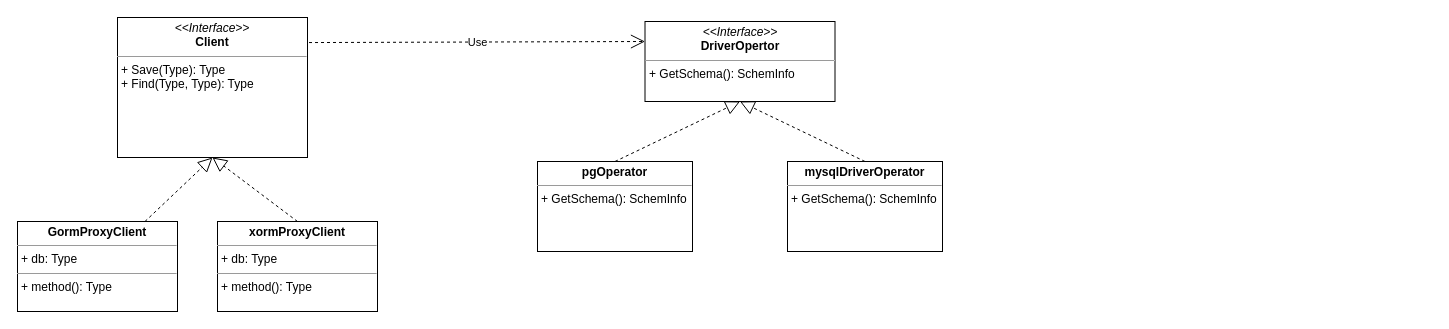
Before: page "orm-design" (9 of 9) of data_manager/data_manage.drawio in caijiatao/go-lib, a draw.io diagram. Source tidied: cells renumbered, new cells numbered last; positions are measured from the earlier drawing's top-left corner, leaving out a move shared by most shapes. Both pictures are drawn from the tidied source at 100%, with x=0, y=0 at pixel (17, 17).
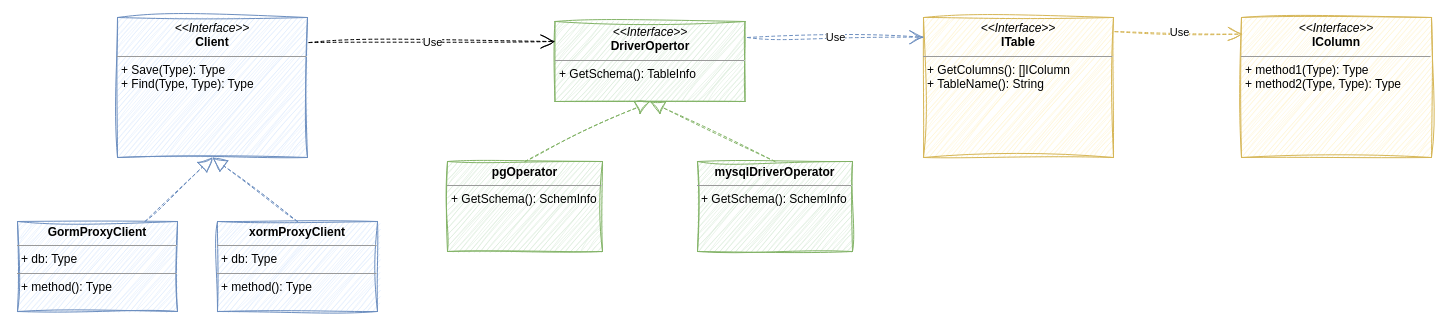
Above is the later version.

Commit message:
feat: ORM client

The edit, as a diff of the source:
```diff
@@
 <mxGraphModel>
   <root>
     <mxCell id="0" />
     <mxCell id="1" parent="0" />
-    <mxCell id="2" value="&lt;p style=&quot;margin:0px;margin-top:4px;text-align:center;&quot;&gt;&lt;i&gt;&amp;lt;&amp;lt;Interface&amp;gt;&amp;gt;&lt;/i&gt;&lt;br&gt;&lt;b&gt;Client&lt;/b&gt;&lt;/p&gt;&lt;hr size=&quot;1&quot;&gt;&lt;p style=&quot;margin:0px;margin-left:4px;&quot;&gt;+ Save(Type): Type&lt;br&gt;+ Find(Type, Type): Type&lt;/p&gt;" style="verticalAlign=top;align=left;overflow=fill;fontSize=12;fontFamily=Helvetica;html=1;whiteSpace=wrap;" parent="1" vertex="1">
+    <mxCell id="2" value="&lt;p style=&quot;margin:0px;margin-top:4px;text-align:center;&quot;&gt;&lt;i&gt;&amp;lt;&amp;lt;Interface&amp;gt;&amp;gt;&lt;/i&gt;&lt;br&gt;&lt;b&gt;Client&lt;/b&gt;&lt;/p&gt;&lt;hr size=&quot;1&quot;&gt;&lt;p style=&quot;margin:0px;margin-left:4px;&quot;&gt;+ Save(Type): Type&lt;br&gt;+ Find(Type, Type): Type&lt;/p&gt;" style="verticalAlign=top;align=left;overflow=fill;fontSize=12;fontFamily=Helvetica;html=1;whiteSpace=wrap;fillColor=#dae8fc;strokeColor=#6c8ebf;sketch=1;curveFitting=1;jiggle=2;" parent="1" vertex="1">
       <mxGeometry x="100" width="190" height="140" as="geometry" />
     </mxCell>
-    <mxCell id="3" value="&lt;p style=&quot;margin:0px;margin-top:4px;text-align:center;&quot;&gt;&lt;b&gt;GormProxyClient&lt;/b&gt;&lt;/p&gt;&lt;hr size=&quot;1&quot;&gt;&lt;p style=&quot;margin:0px;margin-left:4px;&quot;&gt;+ db: Type&lt;/p&gt;&lt;hr size=&quot;1&quot;&gt;&lt;p style=&quot;margin:0px;margin-left:4px;&quot;&gt;+ method(): Type&lt;/p&gt;" style="verticalAlign=top;align=left;overflow=fill;fontSize=12;fontFamily=Helvetica;html=1;whiteSpace=wrap;" parent="1" vertex="1">
+    <mxCell id="3" value="&lt;p style=&quot;margin:0px;margin-top:4px;text-align:center;&quot;&gt;&lt;b&gt;GormProxyClient&lt;/b&gt;&lt;/p&gt;&lt;hr size=&quot;1&quot;&gt;&lt;p style=&quot;margin:0px;margin-left:4px;&quot;&gt;+ db: Type&lt;/p&gt;&lt;hr size=&quot;1&quot;&gt;&lt;p style=&quot;margin:0px;margin-left:4px;&quot;&gt;+ method(): Type&lt;/p&gt;" style="verticalAlign=top;align=left;overflow=fill;fontSize=12;fontFamily=Helvetica;html=1;whiteSpace=wrap;fillColor=#dae8fc;strokeColor=#6c8ebf;sketch=1;curveFitting=1;jiggle=2;" parent="1" vertex="1">
       <mxGeometry y="204" width="160" height="90" as="geometry" />
     </mxCell>
-    <mxCell id="4" value="&lt;p style=&quot;margin:0px;margin-top:4px;text-align:center;&quot;&gt;&lt;i&gt;&amp;lt;&amp;lt;Interface&amp;gt;&amp;gt;&lt;/i&gt;&lt;br&gt;&lt;b&gt;DriverOpertor&lt;/b&gt;&lt;/p&gt;&lt;hr size=&quot;1&quot;&gt;&lt;p style=&quot;margin:0px;margin-left:4px;&quot;&gt;&lt;span style=&quot;background-color: initial;&quot;&gt;+ GetSchema(): SchemInfo&lt;/span&gt;&lt;br&gt;&lt;/p&gt;" style="verticalAlign=top;align=left;overflow=fill;fontSize=12;fontFamily=Helvetica;html=1;whiteSpace=wrap;" parent="1" vertex="1">
-      <mxGeometry x="627.5" y="4" width="190" height="80" as="geometry" />
+    <mxCell id="4" value="&lt;p style=&quot;margin:0px;margin-top:4px;text-align:center;&quot;&gt;&lt;i&gt;&amp;lt;&amp;lt;Interface&amp;gt;&amp;gt;&lt;/i&gt;&lt;br&gt;&lt;b&gt;DriverOpertor&lt;/b&gt;&lt;/p&gt;&lt;hr size=&quot;1&quot;&gt;&lt;p style=&quot;margin:0px;margin-left:4px;&quot;&gt;&lt;span style=&quot;background-color: initial;&quot;&gt;+ GetSchema(): TableInfo&lt;/span&gt;&lt;br&gt;&lt;/p&gt;" style="verticalAlign=top;align=left;overflow=fill;fontSize=12;fontFamily=Helvetica;html=1;whiteSpace=wrap;sketch=1;curveFitting=1;jiggle=2;fillColor=#d5e8d4;strokeColor=#82b366;" parent="1" vertex="1">
+      <mxGeometry x="537.5" y="4" width="190" height="80" as="geometry" />
     </mxCell>
-    <mxCell id="5" value="&lt;p style=&quot;margin:0px;margin-top:4px;text-align:center;&quot;&gt;&lt;b&gt;pgOperator&lt;/b&gt;&lt;/p&gt;&lt;hr size=&quot;1&quot;&gt;&lt;p style=&quot;border-color: var(--border-color); margin: 0px 0px 0px 4px;&quot;&gt;&lt;span style=&quot;background-color: initial;&quot;&gt;+ GetSchema(): SchemInfo&lt;/span&gt;&lt;br&gt;&lt;/p&gt;&lt;p style=&quot;margin:0px;margin-left:4px;&quot;&gt;&lt;br&gt;&lt;/p&gt;" style="verticalAlign=top;align=left;overflow=fill;fontSize=12;fontFamily=Helvetica;html=1;whiteSpace=wrap;" parent="1" vertex="1">
-      <mxGeometry x="520" y="144" width="155" height="90" as="geometry" />
+    <mxCell id="5" value="&lt;p style=&quot;margin:0px;margin-top:4px;text-align:center;&quot;&gt;&lt;b&gt;pgOperator&lt;/b&gt;&lt;/p&gt;&lt;hr size=&quot;1&quot;&gt;&lt;p style=&quot;border-color: var(--border-color); margin: 0px 0px 0px 4px;&quot;&gt;&lt;span style=&quot;background-color: initial;&quot;&gt;+ GetSchema(): SchemInfo&lt;/span&gt;&lt;br&gt;&lt;/p&gt;&lt;p style=&quot;margin:0px;margin-left:4px;&quot;&gt;&lt;br&gt;&lt;/p&gt;" style="verticalAlign=top;align=left;overflow=fill;fontSize=12;fontFamily=Helvetica;html=1;whiteSpace=wrap;sketch=1;curveFitting=1;jiggle=2;fillColor=#d5e8d4;strokeColor=#82b366;" parent="1" vertex="1">
+      <mxGeometry x="430" y="144" width="155" height="90" as="geometry" />
     </mxCell>
-    <mxCell id="6" value="&lt;p style=&quot;margin:0px;margin-top:4px;text-align:center;&quot;&gt;&lt;b&gt;mysqlDriverOperator&lt;/b&gt;&lt;/p&gt;&lt;hr size=&quot;1&quot;&gt;&lt;p style=&quot;border-color: var(--border-color); margin: 0px 0px 0px 4px;&quot;&gt;&lt;span style=&quot;background-color: initial;&quot;&gt;+ GetSchema(): SchemInfo&lt;/span&gt;&lt;br&gt;&lt;/p&gt;&lt;p style=&quot;margin:0px;margin-left:4px;&quot;&gt;&lt;br&gt;&lt;/p&gt;" style="verticalAlign=top;align=left;overflow=fill;fontSize=12;fontFamily=Helvetica;html=1;whiteSpace=wrap;" parent="1" vertex="1">
-      <mxGeometry x="770" y="144" width="155" height="90" as="geometry" />
+    <mxCell id="6" value="&lt;p style=&quot;margin:0px;margin-top:4px;text-align:center;&quot;&gt;&lt;b&gt;mysqlDriverOperator&lt;/b&gt;&lt;/p&gt;&lt;hr size=&quot;1&quot;&gt;&lt;p style=&quot;border-color: var(--border-color); margin: 0px 0px 0px 4px;&quot;&gt;&lt;span style=&quot;background-color: initial;&quot;&gt;+ GetSchema(): SchemInfo&lt;/span&gt;&lt;br&gt;&lt;/p&gt;&lt;p style=&quot;margin:0px;margin-left:4px;&quot;&gt;&lt;br&gt;&lt;/p&gt;" style="verticalAlign=top;align=left;overflow=fill;fontSize=12;fontFamily=Helvetica;html=1;whiteSpace=wrap;sketch=1;curveFitting=1;jiggle=2;fillColor=#d5e8d4;strokeColor=#82b366;" parent="1" vertex="1">
+      <mxGeometry x="680" y="144" width="155" height="90" as="geometry" />
     </mxCell>
-    <mxCell id="7" style="endArrow=block;dashed=1;endFill=0;endSize=12;html=1;rounded=0;entryX=0.5;entryY=1;entryDx=0;entryDy=0;exitX=0.5;exitY=0;exitDx=0;exitDy=0;" parent="1" edge="1" source="5" target="4">
+    <mxCell id="7" style="endArrow=block;dashed=1;endFill=0;endSize=12;html=1;rounded=0;entryX=0.5;entryY=1;entryDx=0;entryDy=0;exitX=0.5;exitY=0;exitDx=0;exitDy=0;sketch=1;curveFitting=1;jiggle=2;fillColor=#d5e8d4;strokeColor=#82b366;" parent="1" edge="1" source="5" target="4">
       <mxGeometry relative="1" as="geometry" />
     </mxCell>
-    <mxCell id="8" style="endArrow=block;dashed=1;endFill=0;endSize=12;html=1;rounded=0;entryX=0.5;entryY=1;entryDx=0;entryDy=0;exitX=0.5;exitY=0;exitDx=0;exitDy=0;" parent="1" edge="1" source="6" target="4">
+    <mxCell id="8" style="endArrow=block;dashed=1;endFill=0;endSize=12;html=1;rounded=0;entryX=0.5;entryY=1;entryDx=0;entryDy=0;exitX=0.5;exitY=0;exitDx=0;exitDy=0;sketch=1;curveFitting=1;jiggle=2;fillColor=#d5e8d4;strokeColor=#82b366;" parent="1" edge="1" source="6" target="4">
       <mxGeometry relative="1" as="geometry" />
     </mxCell>
-    <mxCell id="9" value="Use" style="endArrow=open;endSize=12;dashed=1;html=1;rounded=0;entryX=0;entryY=0.25;entryDx=0;entryDy=0;exitX=1.008;exitY=0.179;exitDx=0;exitDy=0;exitPerimeter=0;" parent="1" edge="1" source="2" target="4">
+    <mxCell id="9" value="Use" style="endArrow=open;endSize=12;dashed=1;html=1;rounded=0;entryX=0;entryY=0.25;entryDx=0;entryDy=0;exitX=1.008;exitY=0.179;exitDx=0;exitDy=0;exitPerimeter=0;sketch=1;curveFitting=1;jiggle=2;" parent="1" edge="1" source="2" target="4">
       <mxGeometry relative="1" as="geometry" />
     </mxCell>
-    <mxCell id="10" style="endArrow=block;dashed=1;endFill=0;endSize=12;html=1;rounded=0;entryX=0.5;entryY=1;entryDx=0;entryDy=0;" parent="1" edge="1" source="3" target="2">
+    <mxCell id="10" style="endArrow=block;dashed=1;endFill=0;endSize=12;html=1;rounded=0;entryX=0.5;entryY=1;entryDx=0;entryDy=0;fillColor=#dae8fc;strokeColor=#6c8ebf;sketch=1;curveFitting=1;jiggle=2;" parent="1" edge="1" source="3" target="2">
       <mxGeometry relative="1" as="geometry" />
     </mxCell>
-    <mxCell id="11" value="&lt;p style=&quot;margin:0px;margin-top:4px;text-align:center;&quot;&gt;&lt;b&gt;xormProxyClient&lt;/b&gt;&lt;/p&gt;&lt;hr size=&quot;1&quot;&gt;&lt;p style=&quot;margin:0px;margin-left:4px;&quot;&gt;+ db: Type&lt;/p&gt;&lt;hr size=&quot;1&quot;&gt;&lt;p style=&quot;margin:0px;margin-left:4px;&quot;&gt;+ method(): Type&lt;/p&gt;" style="verticalAlign=top;align=left;overflow=fill;fontSize=12;fontFamily=Helvetica;html=1;whiteSpace=wrap;" parent="1" vertex="1">
+    <mxCell id="11" value="&lt;p style=&quot;margin:0px;margin-top:4px;text-align:center;&quot;&gt;&lt;b&gt;xormProxyClient&lt;/b&gt;&lt;/p&gt;&lt;hr size=&quot;1&quot;&gt;&lt;p style=&quot;margin:0px;margin-left:4px;&quot;&gt;+ db: Type&lt;/p&gt;&lt;hr size=&quot;1&quot;&gt;&lt;p style=&quot;margin:0px;margin-left:4px;&quot;&gt;+ method(): Type&lt;/p&gt;" style="verticalAlign=top;align=left;overflow=fill;fontSize=12;fontFamily=Helvetica;html=1;whiteSpace=wrap;fillColor=#dae8fc;strokeColor=#6c8ebf;sketch=1;curveFitting=1;jiggle=2;" parent="1" vertex="1">
       <mxGeometry x="200" y="204" width="160" height="90" as="geometry" />
     </mxCell>
-    <mxCell id="12" style="endArrow=block;dashed=1;endFill=0;endSize=12;html=1;rounded=0;exitX=0.5;exitY=0;exitDx=0;exitDy=0;entryX=0.5;entryY=1;entryDx=0;entryDy=0;" parent="1" edge="1" source="11" target="2">
+    <mxCell id="12" style="endArrow=block;dashed=1;endFill=0;endSize=12;html=1;rounded=0;exitX=0.5;exitY=0;exitDx=0;exitDy=0;entryX=0.5;entryY=1;entryDx=0;entryDy=0;fillColor=#dae8fc;strokeColor=#6c8ebf;sketch=1;curveFitting=1;jiggle=2;" parent="1" edge="1" source="11" target="2">
       <mxGeometry relative="1" as="geometry" />
     </mxCell>
+    <mxCell id="13" value="&lt;p style=&quot;margin:0px;margin-top:4px;text-align:center;&quot;&gt;&lt;i&gt;&amp;lt;&amp;lt;Interface&amp;gt;&amp;gt;&lt;/i&gt;&lt;br&gt;&lt;b&gt;ITable&lt;/b&gt;&lt;/p&gt;&lt;hr size=&quot;1&quot;&gt;&lt;p style=&quot;margin:0px;margin-left:4px;&quot;&gt;+ GetColumns(): []IColumn&lt;br&gt;+ TableName(): String&lt;/p&gt;" style="verticalAlign=top;align=left;overflow=fill;fontSize=12;fontFamily=Helvetica;html=1;whiteSpace=wrap;sketch=1;curveFitting=1;jiggle=2;fillColor=#fff2cc;strokeColor=#d6b656;" parent="1" vertex="1">
+      <mxGeometry x="906" width="190" height="140" as="geometry" />
+    </mxCell>
+    <mxCell id="14" value="&lt;p style=&quot;margin:0px;margin-top:4px;text-align:center;&quot;&gt;&lt;i&gt;&amp;lt;&amp;lt;Interface&amp;gt;&amp;gt;&lt;/i&gt;&lt;br&gt;&lt;b&gt;IColumn&lt;/b&gt;&lt;/p&gt;&lt;hr size=&quot;1&quot;&gt;&lt;p style=&quot;margin:0px;margin-left:4px;&quot;&gt;+ method1(Type): Type&lt;br&gt;+ method2(Type, Type): Type&lt;/p&gt;" style="verticalAlign=top;align=left;overflow=fill;fontSize=12;fontFamily=Helvetica;html=1;whiteSpace=wrap;sketch=1;curveFitting=1;jiggle=2;fillColor=#fff2cc;strokeColor=#d6b656;" parent="1" vertex="1">
+      <mxGeometry x="1224" width="190" height="140" as="geometry" />
+    </mxCell>
+    <mxCell id="15" value="Use" style="endArrow=open;endSize=12;dashed=1;html=1;rounded=0;entryX=0.002;entryY=0.141;entryDx=0;entryDy=0;entryPerimeter=0;sketch=1;curveFitting=1;jiggle=2;fillColor=#dae8fc;strokeColor=#6c8ebf;" parent="1" edge="1" target="13">
+      <mxGeometry relative="1" as="geometry">
+        <mxPoint x="730" y="20" as="sourcePoint" />
+      </mxGeometry>
+    </mxCell>
+    <mxCell id="16" value="Use" style="endArrow=open;endSize=12;dashed=1;html=1;rounded=0;entryX=0.004;entryY=0.119;entryDx=0;entryDy=0;entryPerimeter=0;exitX=1.008;exitY=0.101;exitDx=0;exitDy=0;exitPerimeter=0;sketch=1;curveFitting=1;jiggle=2;fillColor=#fff2cc;strokeColor=#d6b656;" parent="1" edge="1" source="13" target="14">
+      <mxGeometry relative="1" as="geometry" />
+    </mxCell>
   </root>
 </mxGraphModel>
```
